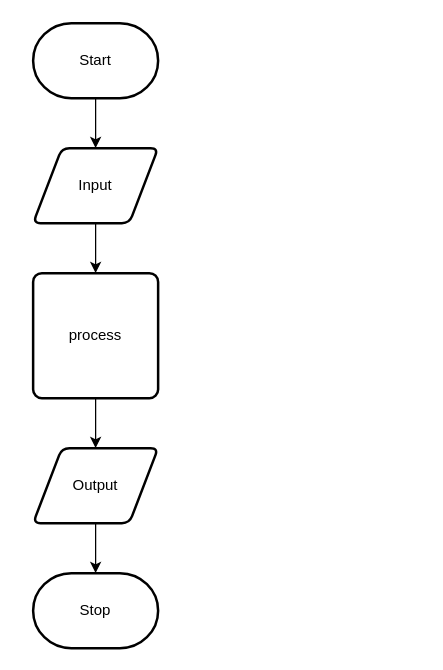
The draw.io diagram design/flow-chart.drawio in ekaterina-chernykh/Assignment-6, before the edit. Source tidied: cells renumbered, new cells numbered last; positions are measured from the earlier drawing's top-left corner, leaving out a move shared by most shapes. Both pictures are drawn from the tidied source at 125%, with x=0, y=0 at pixel (32, 22).
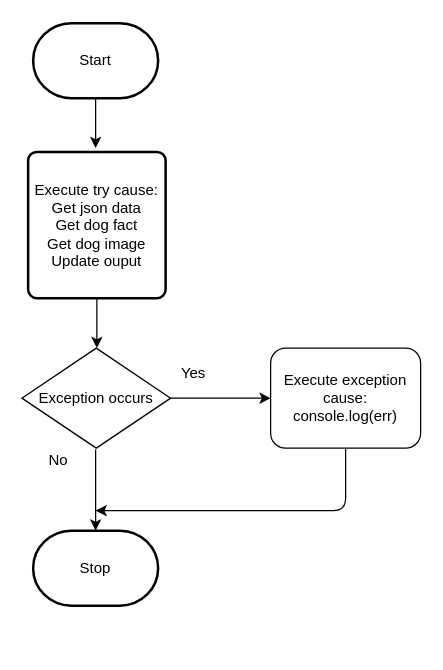
Above is the later version.

Commit message (it also covers changes not shown here):
flow chart and story board

Diff of the diagram source:
```diff
@@
 <mxGraphModel>
   <root>
     <mxCell id="0" />
     <mxCell id="1" parent="0" />
-    <mxCell id="2" style="edgeStyle=none;html=1;" parent="1" edge="1" source="3" target="5">
-      <mxGeometry relative="1" as="geometry" />
-    </mxCell>
+    <mxCell id="8" style="edgeStyle=none;html=1;" parent="1" edge="1" source="3">
+      <mxGeometry relative="1" as="geometry">
+        <mxPoint x="50" y="100" as="targetPoint" />
+      </mxGeometry>
+    </mxCell>
     <mxCell id="3" value="Start" style="strokeWidth=2;html=1;shape=mxgraph.flowchart.terminator;whiteSpace=wrap;" parent="1" vertex="1">
       <mxGeometry width="100" height="60" as="geometry" />
     </mxCell>
-    <mxCell id="4" style="edgeStyle=none;html=1;" parent="1" edge="1" source="5" target="7">
-      <mxGeometry relative="1" as="geometry" />
-    </mxCell>
-    <mxCell id="5" value="Input" style="shape=parallelogram;html=1;strokeWidth=2;perimeter=parallelogramPerimeter;whiteSpace=wrap;rounded=1;arcSize=12;size=0.23;" parent="1" vertex="1">
-      <mxGeometry y="100" width="100" height="60" as="geometry" />
-    </mxCell>
-    <mxCell id="6" style="edgeStyle=none;html=1;" parent="1" edge="1" source="7" target="9">
-      <mxGeometry relative="1" as="geometry" />
-    </mxCell>
-    <mxCell id="7" value="process" style="rounded=1;whiteSpace=wrap;html=1;absoluteArcSize=1;arcSize=14;strokeWidth=2;" parent="1" vertex="1">
-      <mxGeometry y="200" width="100" height="100" as="geometry" />
-    </mxCell>
-    <mxCell id="8" style="edgeStyle=none;html=1;" parent="1" edge="1" source="9" target="10">
-      <mxGeometry relative="1" as="geometry" />
-    </mxCell>
-    <mxCell id="9" value="Output" style="shape=parallelogram;html=1;strokeWidth=2;perimeter=parallelogramPerimeter;whiteSpace=wrap;rounded=1;arcSize=12;size=0.23;" parent="1" vertex="1">
-      <mxGeometry y="340" width="100" height="60" as="geometry" />
-    </mxCell>
+    <mxCell id="11" style="edgeStyle=none;html=1;entryX=0.5;entryY=0;entryDx=0;entryDy=0;entryPerimeter=0;" parent="1" edge="1" target="10">
+      <mxGeometry relative="1" as="geometry">
+        <mxPoint x="50" y="341" as="sourcePoint" />
+      </mxGeometry>
+    </mxCell>
+    <mxCell id="12" style="edgeStyle=none;html=1;exitX=0.5;exitY=1;exitDx=0;exitDy=0;" parent="1" edge="1" source="13">
+      <mxGeometry relative="1" as="geometry">
+        <mxPoint x="51" y="260" as="targetPoint" />
+      </mxGeometry>
+    </mxCell>
+    <mxCell id="13" value="Execute try cause:&lt;br&gt;Get json data&lt;br&gt;Get dog fact&lt;br&gt;Get dog image&lt;br&gt;Update ouput" style="rounded=1;whiteSpace=wrap;html=1;absoluteArcSize=1;arcSize=14;strokeWidth=2;" parent="1" vertex="1">
+      <mxGeometry x="-4" y="103" width="110" height="117" as="geometry" />
+    </mxCell>
     <mxCell id="10" value="Stop" style="strokeWidth=2;html=1;shape=mxgraph.flowchart.terminator;whiteSpace=wrap;" parent="1" vertex="1">
-      <mxGeometry y="440" width="100" height="60" as="geometry" />
+      <mxGeometry y="406" width="100" height="60" as="geometry" />
     </mxCell>
+    <mxCell id="14" style="edgeStyle=none;html=1;exitX=1;exitY=0.5;exitDx=0;exitDy=0;" parent="1" edge="1" source="15">
+      <mxGeometry relative="1" as="geometry">
+        <mxPoint x="190" y="300" as="targetPoint" />
+      </mxGeometry>
+    </mxCell>
+    <mxCell id="15" value="Exception occurs" style="rhombus;whiteSpace=wrap;html=1;" parent="1" vertex="1">
+      <mxGeometry x="-9" y="260" width="119" height="80" as="geometry" />
+    </mxCell>
+    <mxCell id="16" value="Yes" style="text;html=1;align=center;verticalAlign=middle;strokeColor=none;fillColor=none;" parent="1" vertex="1">
+      <mxGeometry x="108" y="270" width="40" height="20" as="geometry" />
+    </mxCell>
+    <mxCell id="17" style="edgeStyle=none;html=1;exitX=0.5;exitY=1;exitDx=0;exitDy=0;" parent="1" edge="1" source="18">
+      <mxGeometry relative="1" as="geometry">
+        <mxPoint x="50" y="390" as="targetPoint" />
+        <Array as="points">
+          <mxPoint x="250" y="390" />
+        </Array>
+      </mxGeometry>
+    </mxCell>
+    <mxCell id="18" value="Execute exception cause:&lt;br&gt;console.log(err)" style="rounded=1;whiteSpace=wrap;html=1;" parent="1" vertex="1">
+      <mxGeometry x="190" y="260" width="120" height="80" as="geometry" />
+    </mxCell>
+    <mxCell id="19" value="No" style="text;html=1;align=center;verticalAlign=middle;strokeColor=none;fillColor=none;" parent="1" vertex="1">
+      <mxGeometry x="5" y="340" width="30" height="20" as="geometry" />
+    </mxCell>
   </root>
 </mxGraphModel>
```
